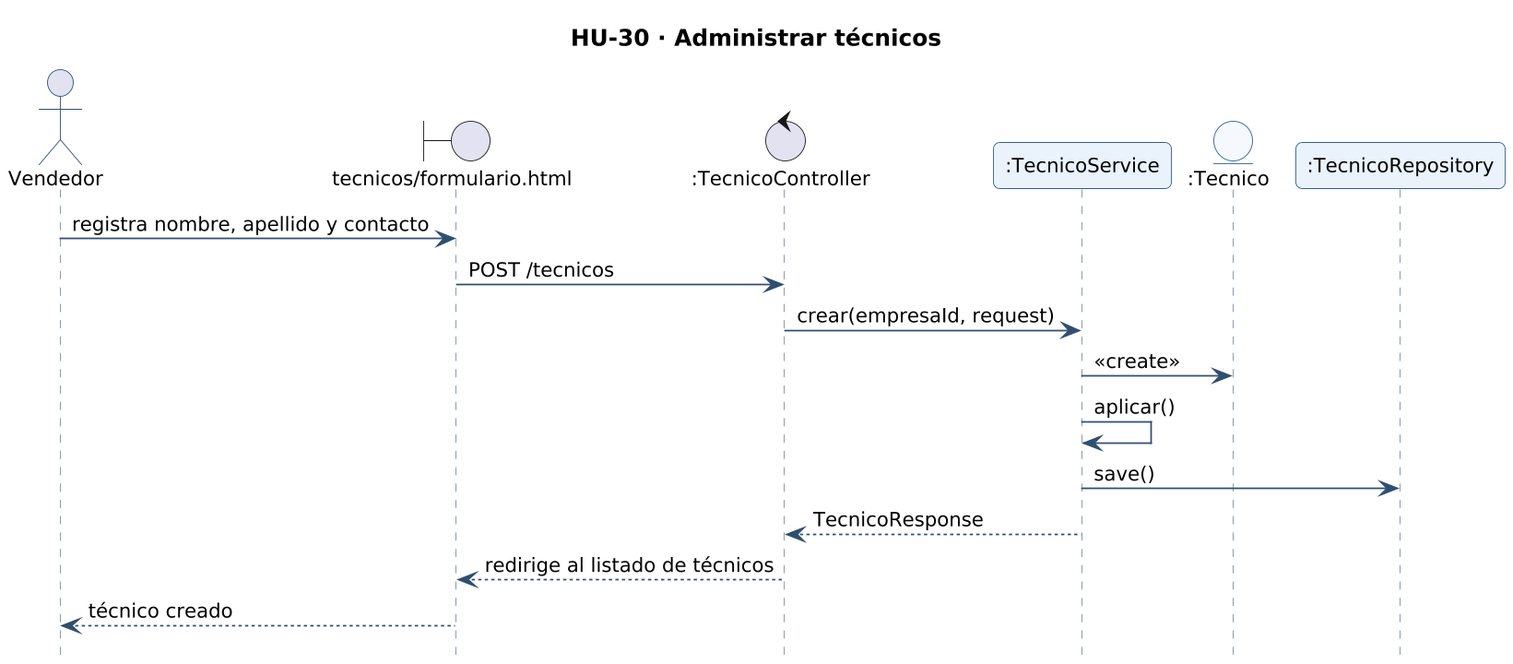
Before: docs/diagramas/secuencia-hu-30.png, a diagram exported from PlantUML (gonzaloarenasduoc/Mira). Source of this version:
```plantuml
@startuml secuencia-hu-30
!include _estilo.iuml
hide footbox
skinparam maxMessageSize 260
skinparam sequenceMessageAlign left
title HU-30 · Administrar técnicos
actor "Vendedor" as A
boundary "tecnicos/formulario.html" as L_VISTA_tecnicos_formulario
control ":TecnicoController" as L_TecnicoController
participant ":TecnicoService" as L_TecnicoService
entity ":Tecnico" as L_Tecnico
participant ":TecnicoRepository" as L_TecnicoRepository
A -> L_VISTA_tecnicos_formulario : registra nombre, apellido y contacto
L_VISTA_tecnicos_formulario -> L_TecnicoController : POST /tecnicos
L_TecnicoController -> L_TecnicoService : crear(empresaId, request)
L_TecnicoService -> L_Tecnico : <<create>>
L_TecnicoService -> L_TecnicoService : aplicar()
L_TecnicoService -> L_TecnicoRepository : save()
L_TecnicoService --> L_TecnicoController : TecnicoResponse
L_TecnicoController --> L_VISTA_tecnicos_formulario : redirige al listado de técnicos
L_VISTA_tecnicos_formulario --> A : técnico creado
@enduml
```
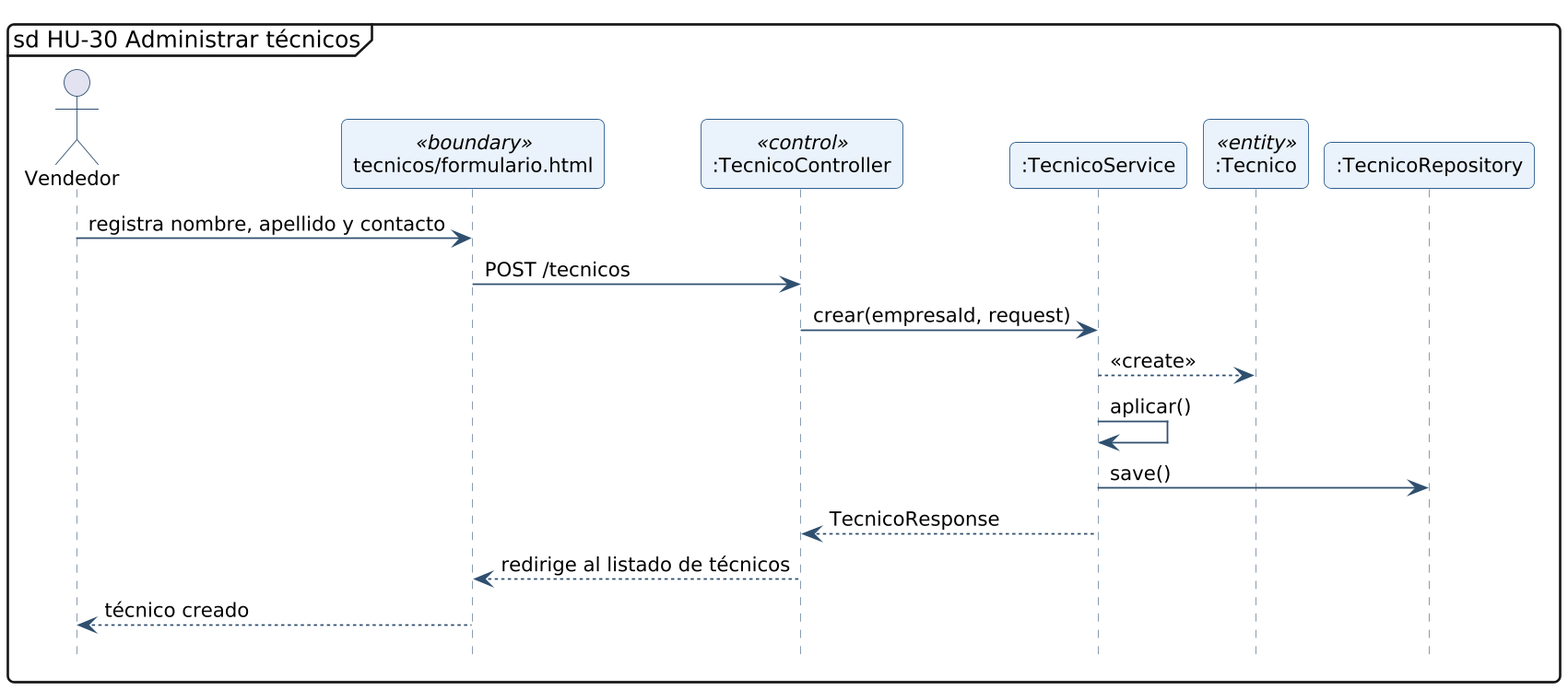
The same file after the commit.

Change to the diagram source:
```diff
@@ -3,17 +3,17 @@
 hide footbox
 skinparam maxMessageSize 260
 skinparam sequenceMessageAlign left
-title HU-30 · Administrar técnicos
+mainframe sd HU-30 Administrar técnicos
 actor "Vendedor" as A
-boundary "tecnicos/formulario.html" as L_VISTA_tecnicos_formulario
-control ":TecnicoController" as L_TecnicoController
+participant "tecnicos/formulario.html" as L_VISTA_tecnicos_formulario <<boundary>>
+participant ":TecnicoController" as L_TecnicoController <<control>>
 participant ":TecnicoService" as L_TecnicoService
-entity ":Tecnico" as L_Tecnico
+participant ":Tecnico" as L_Tecnico <<entity>>
 participant ":TecnicoRepository" as L_TecnicoRepository
 A -> L_VISTA_tecnicos_formulario : registra nombre, apellido y contacto
 L_VISTA_tecnicos_formulario -> L_TecnicoController : POST /tecnicos
 L_TecnicoController -> L_TecnicoService : crear(empresaId, request)
-L_TecnicoService -> L_Tecnico : <<create>>
+L_TecnicoService --> L_Tecnico : <<create>>
 L_TecnicoService -> L_TecnicoService : aplicar()
 L_TecnicoService -> L_TecnicoRepository : save()
 L_TecnicoService --> L_TecnicoController : TecnicoResponse
```
